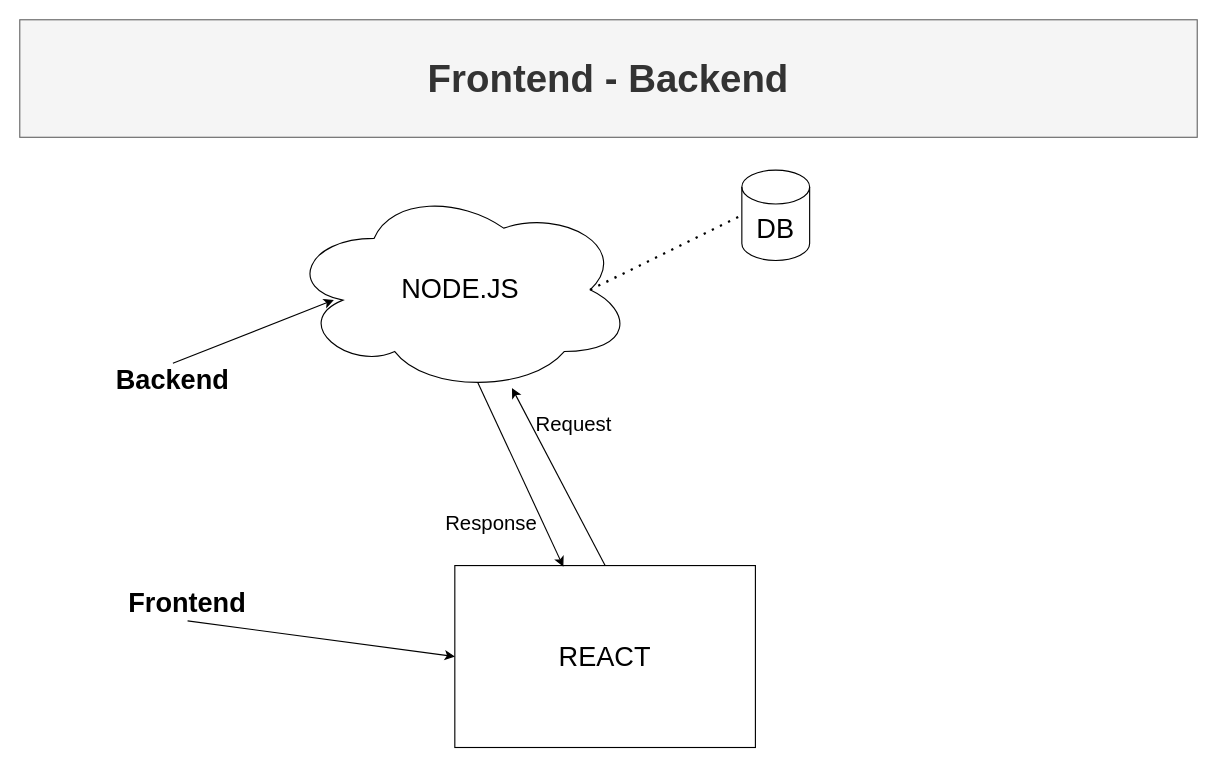
Earlier version of the draw.io diagram page "intro" (1 of 8) of JobPlus/Untitled Diagram.drawio (kingsley-ijomah/draw.io). Source tidied: cells renumbered, new cells numbered last; positions are measured from the earlier drawing's top-left corner, leaving out a move shared by most shapes. Both pictures are drawn from the tidied source at 113%, with x=0, y=0 at pixel (19, 19).
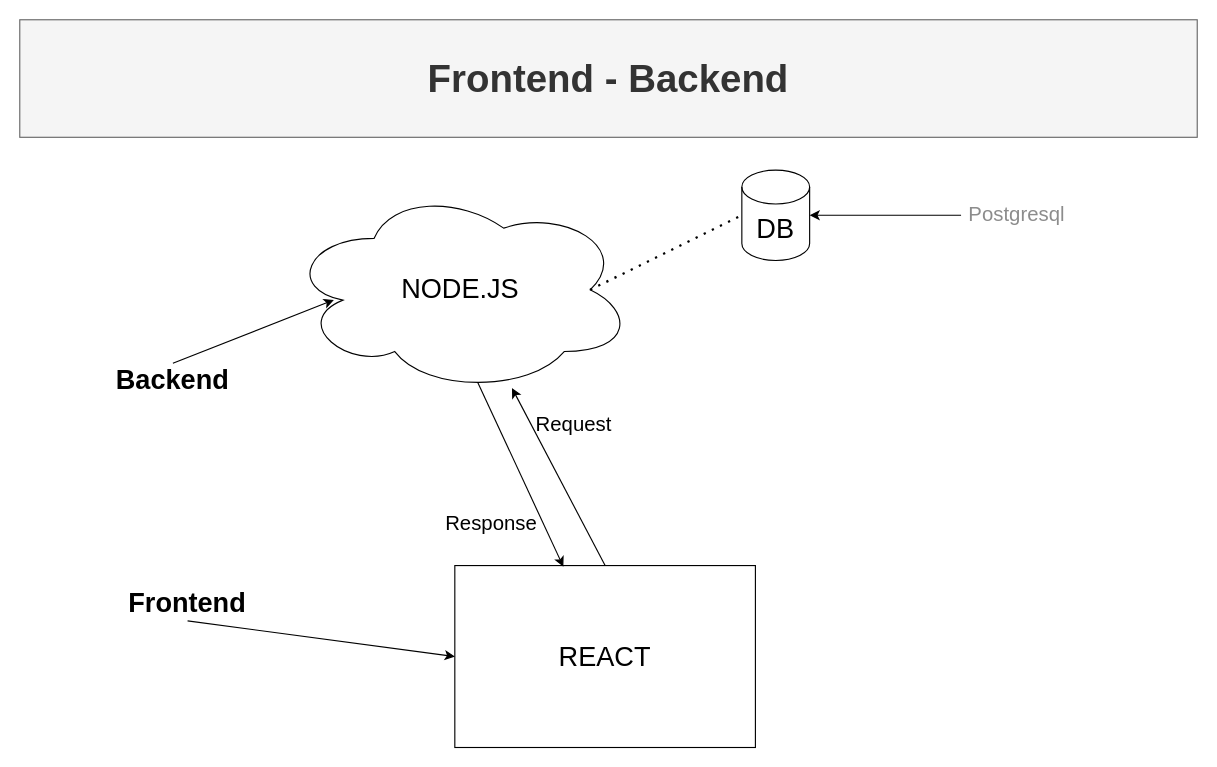
The same page after the edit.

Diff of the diagram source:
```diff
@@
 <mxGraphModel>
   <root>
     <mxCell id="0" />
     <mxCell id="1" parent="0" />
     <mxCell id="2" value="Frontend - Backend" style="text;html=1;strokeColor=#666666;fillColor=#f5f5f5;align=center;verticalAlign=middle;whiteSpace=wrap;rounded=0;labelBackgroundColor=none;labelBorderColor=none;fontSize=34;fontStyle=1;fontColor=#333333;" parent="1" vertex="1">
       <mxGeometry width="1042" height="104" as="geometry" />
     </mxCell>
     <mxCell id="3" value="&lt;font style=&quot;font-size: 24px;&quot;&gt;NODE.JS&lt;/font&gt;" style="ellipse;shape=cloud;whiteSpace=wrap;html=1;" parent="1" vertex="1">
       <mxGeometry x="237" y="148" width="306" height="182" as="geometry" />
     </mxCell>
     <mxCell id="4" value="&lt;font style=&quot;font-size: 24px;&quot;&gt;REACT&lt;/font&gt;" style="rounded=0;whiteSpace=wrap;html=1;" parent="1" vertex="1">
       <mxGeometry x="385" y="483" width="266" height="161" as="geometry" />
     </mxCell>
     <mxCell id="5" style="endArrow=classic;html=1;rounded=0;fontSize=24;entryX=0;entryY=0.5;entryDx=0;entryDy=0;exitX=0.5;exitY=1;exitDx=0;exitDy=0;" parent="1" edge="1" source="6" target="4">
       <mxGeometry relative="1" as="geometry" />
     </mxCell>
     <mxCell id="6" value="Frontend" style="text;html=1;strokeColor=none;fillColor=none;align=center;verticalAlign=middle;whiteSpace=wrap;rounded=0;fontSize=24;fontStyle=1;" parent="1" vertex="1">
       <mxGeometry x="89" y="502" width="119" height="30" as="geometry" />
     </mxCell>
     <mxCell id="7" style="endArrow=classic;html=1;rounded=0;fontSize=24;entryX=0.134;entryY=0.549;entryDx=0;entryDy=0;entryPerimeter=0;exitX=0.5;exitY=0;exitDx=0;exitDy=0;" parent="1" edge="1" source="8" target="3">
       <mxGeometry relative="1" as="geometry" />
     </mxCell>
     <mxCell id="8" value="Backend" style="text;html=1;strokeColor=none;fillColor=none;align=center;verticalAlign=middle;whiteSpace=wrap;rounded=0;fontSize=24;fontStyle=1;" parent="1" vertex="1">
       <mxGeometry x="76" y="304" width="119" height="30" as="geometry" />
     </mxCell>
     <mxCell id="9" style="endArrow=none;dashed=1;html=1;dashPattern=1 3;strokeWidth=2;rounded=0;fontSize=24;entryX=0;entryY=0.5;entryDx=0;entryDy=0;entryPerimeter=0;exitX=0.875;exitY=0.5;exitDx=0;exitDy=0;exitPerimeter=0;" parent="1" edge="1" source="3" target="10">
       <mxGeometry relative="1" as="geometry" />
     </mxCell>
     <mxCell id="10" value="DB" style="shape=cylinder3;whiteSpace=wrap;html=1;boundedLbl=1;backgroundOutline=1;size=15;fontSize=24;" parent="1" vertex="1">
       <mxGeometry x="639" y="133" width="60" height="80" as="geometry" />
     </mxCell>
     <mxCell id="11" style="endArrow=classic;html=1;rounded=0;fontSize=24;exitX=0.5;exitY=0;exitDx=0;exitDy=0;" parent="1" edge="1" source="4" target="3">
       <mxGeometry relative="1" as="geometry" />
     </mxCell>
     <mxCell id="12" value="&lt;font style=&quot;font-size: 18px;&quot;&gt;Request&lt;/font&gt;" style="text;html=1;strokeColor=none;fillColor=none;align=center;verticalAlign=middle;whiteSpace=wrap;rounded=0;fontSize=24;" parent="1" vertex="1">
       <mxGeometry x="431" y="341" width="119" height="30" as="geometry" />
     </mxCell>
     <mxCell id="13" style="endArrow=classic;html=1;rounded=0;fontSize=18;entryX=0.361;entryY=0.006;entryDx=0;entryDy=0;entryPerimeter=0;exitX=0.55;exitY=0.95;exitDx=0;exitDy=0;exitPerimeter=0;" parent="1" edge="1" source="3" target="4">
       <mxGeometry relative="1" as="geometry" />
     </mxCell>
     <mxCell id="14" value="&lt;font style=&quot;font-size: 18px;&quot;&gt;Response&lt;/font&gt;" style="text;html=1;strokeColor=none;fillColor=none;align=center;verticalAlign=middle;whiteSpace=wrap;rounded=0;fontSize=24;" parent="1" vertex="1">
       <mxGeometry x="358" y="429" width="119" height="30" as="geometry" />
     </mxCell>
+    <mxCell id="15" style="edgeStyle=orthogonalEdgeStyle;rounded=0;jettySize=auto;html=1;entryX=1;entryY=0.5;entryDx=0;entryDy=0;entryPerimeter=0;fontSize=18;" parent="1" edge="1" source="16" target="10">
+      <mxGeometry relative="1" as="geometry" />
+    </mxCell>
+    <mxCell id="16" value="&lt;font color=&quot;#8c8c8c&quot;&gt;Postgresql&lt;/font&gt;" style="text;html=1;strokeColor=none;fillColor=none;align=center;verticalAlign=middle;whiteSpace=wrap;rounded=0;fontSize=18;" parent="1" vertex="1">
+      <mxGeometry x="833" y="158" width="99" height="30" as="geometry" />
+    </mxCell>
   </root>
 </mxGraphModel>
```
